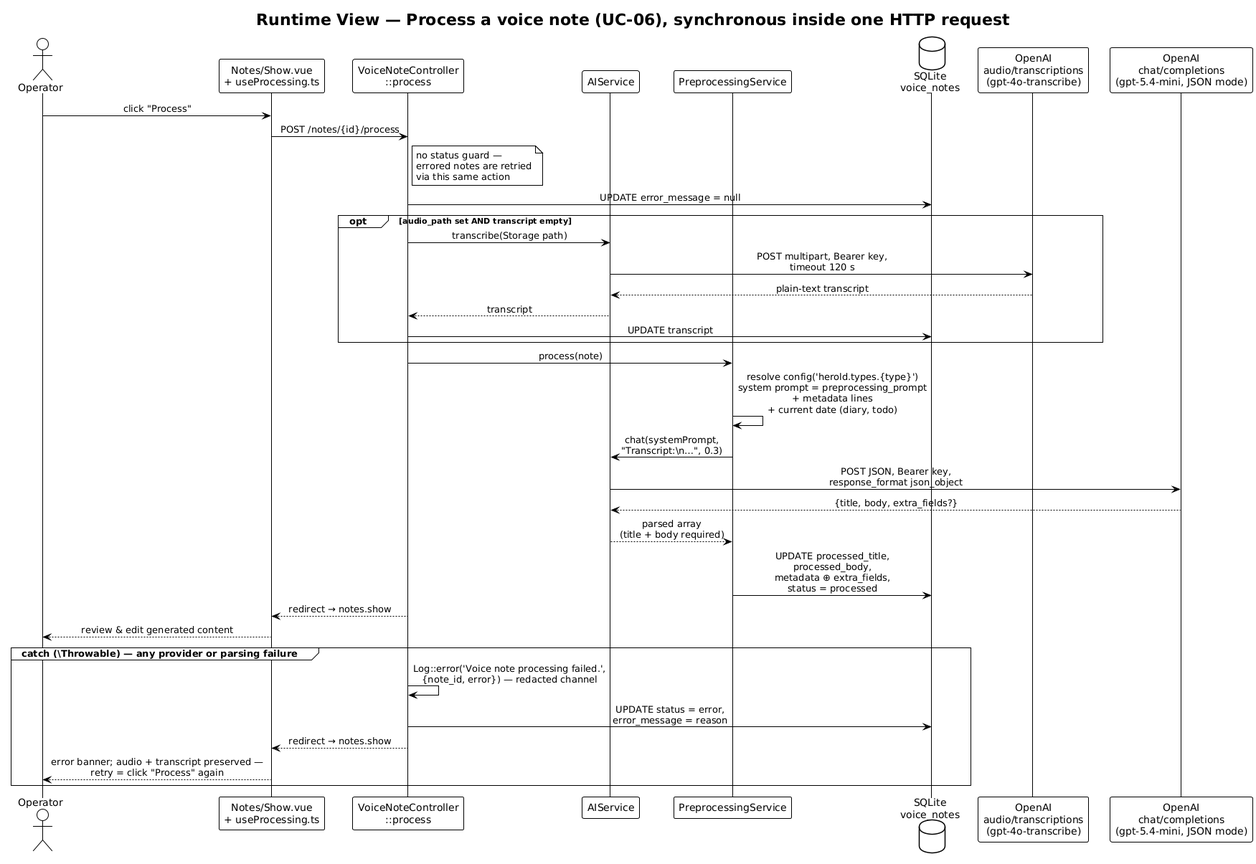
carstenlucke/herold keeps this PlantUML diagram as docs/arch/diagrams-png/a06-process.png. Above is the earlier version.
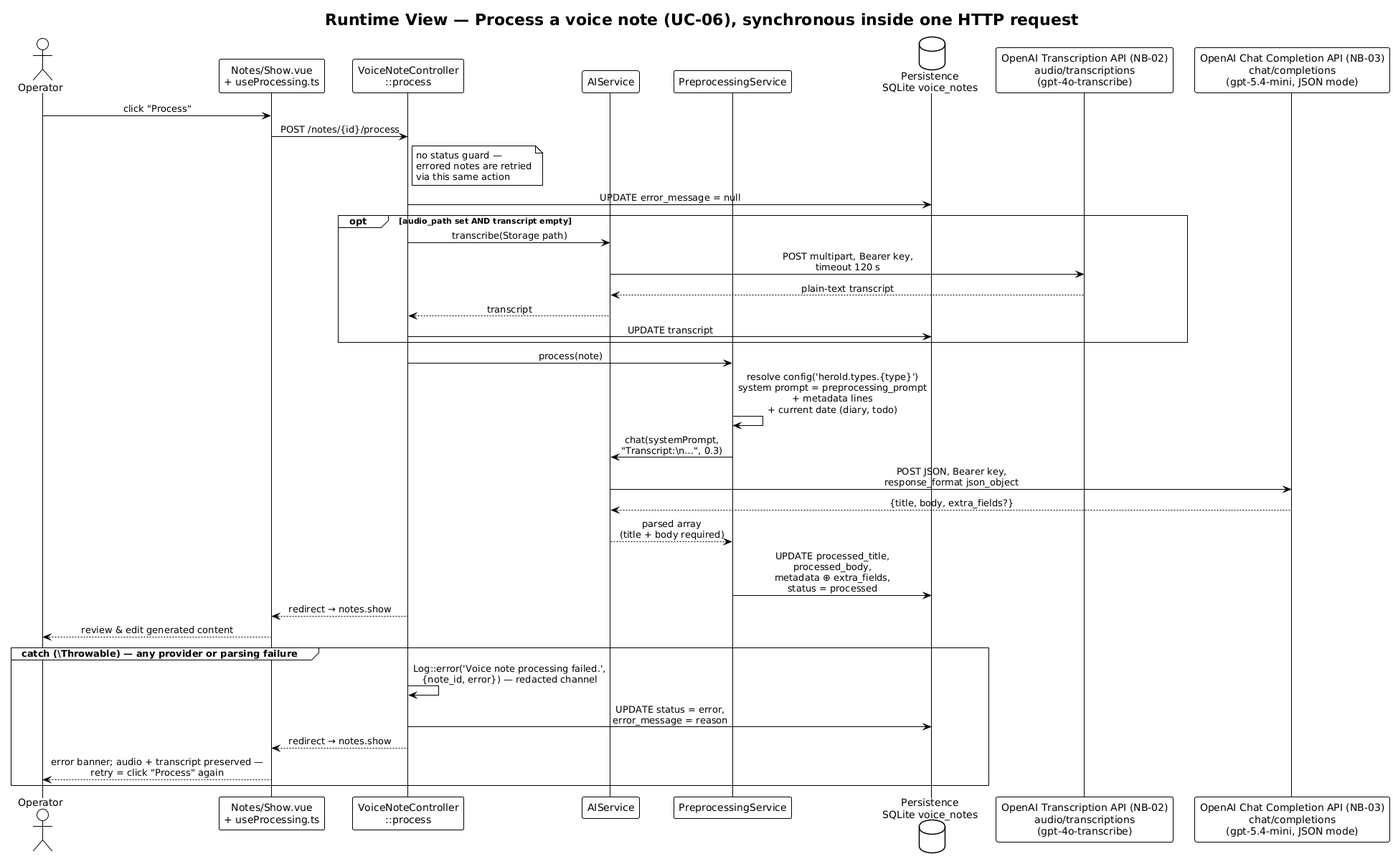
The same file after the commit.

The edit, as a diff of the source:
```diff
@@ -9,9 +9,9 @@
 participant "VoiceNoteController\n::process" as ctrl
 participant "AIService" as ai
 participant "PreprocessingService" as prep
-database "SQLite\nvoice_notes" as db
-participant "OpenAI\naudio/transcriptions\n(gpt-4o-transcribe)" as whisper
-participant "OpenAI\nchat/completions\n(gpt-5.4-mini, JSON mode)" as chat
+database "Persistence\nSQLite voice_notes" as db
+participant "OpenAI Transcription API (NB-02)\naudio/transcriptions\n(gpt-4o-transcribe)" as whisper
+participant "OpenAI Chat Completion API (NB-03)\nchat/completions\n(gpt-5.4-mini, JSON mode)" as chat
 
 op -> ui : click "Process"
 ui -> ctrl : POST /notes/{id}/process
```
